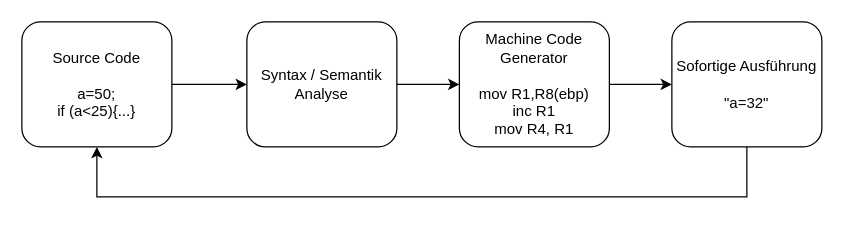
Earlier version of the draw.io diagram code/interpreter.drawio (satirebird/raspberry-pi-2022). Source tidied: cells renumbered, new cells numbered last; positions are measured from the earlier drawing's top-left corner, leaving out a move shared by most shapes. Both pictures are drawn from the tidied source at 125%, with x=0, y=0 at pixel (21, 21).
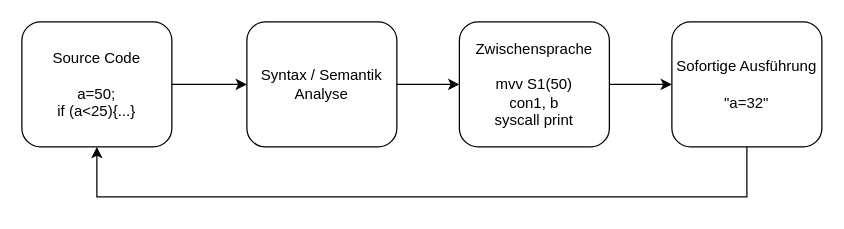
The same diagram, later.

Diff of the diagram source:
```diff
@@
 <mxGraphModel>
   <root>
     <mxCell id="0" />
     <mxCell id="1" parent="0" />
     <mxCell id="2" style="edgeStyle=orthogonalEdgeStyle;rounded=0;jettySize=auto;html=1;" parent="1" edge="1" source="3" target="5">
       <mxGeometry relative="1" as="geometry" />
     </mxCell>
     <mxCell id="3" value="&lt;div&gt;Source Code&lt;/div&gt;&lt;div&gt;&lt;br&gt;&lt;/div&gt;&lt;div&gt;a=50;&lt;/div&gt;&lt;div&gt;if (a&amp;lt;25){...}&lt;br&gt;&lt;/div&gt;" style="rounded=1;whiteSpace=wrap;html=1;" parent="1" vertex="1">
       <mxGeometry width="120" height="100" as="geometry" />
     </mxCell>
     <mxCell id="4" style="edgeStyle=orthogonalEdgeStyle;rounded=0;jettySize=auto;html=1;" parent="1" edge="1" source="5" target="7">
       <mxGeometry relative="1" as="geometry" />
     </mxCell>
     <mxCell id="5" value="&lt;div&gt;Syntax / Semantik&lt;/div&gt;&lt;div&gt;Analyse&lt;/div&gt;" style="rounded=1;whiteSpace=wrap;html=1;" parent="1" vertex="1">
       <mxGeometry x="180" width="120" height="100" as="geometry" />
     </mxCell>
     <mxCell id="6" style="edgeStyle=orthogonalEdgeStyle;rounded=0;jettySize=auto;html=1;" parent="1" edge="1" source="7" target="9">
       <mxGeometry relative="1" as="geometry" />
     </mxCell>
-    <mxCell id="7" value="&lt;div&gt;Machine Code&lt;/div&gt;&lt;div&gt;Generator&lt;/div&gt;&lt;div&gt;&lt;br&gt;&lt;/div&gt;&lt;div&gt;mov R1,R8(ebp)&lt;/div&gt;&lt;div&gt;inc R1&lt;/div&gt;&lt;div&gt;mov R4, R1&lt;br&gt;&lt;/div&gt;" style="rounded=1;whiteSpace=wrap;html=1;" parent="1" vertex="1">
+    <mxCell id="7" value="Zwischensprache&lt;div&gt;&lt;br&gt;&lt;/div&gt;&lt;div&gt;mvv S1(50)&lt;/div&gt;&lt;div&gt;con1, b&lt;br&gt;&lt;/div&gt;&lt;div&gt;syscall print&lt;br&gt;&lt;/div&gt;" style="rounded=1;whiteSpace=wrap;html=1;" parent="1" vertex="1">
       <mxGeometry x="350" width="120" height="100" as="geometry" />
     </mxCell>
     <mxCell id="8" style="edgeStyle=orthogonalEdgeStyle;rounded=0;jettySize=auto;html=1;entryX=0.5;entryY=1;entryDx=0;entryDy=0;" parent="1" edge="1" source="9" target="3">
       <mxGeometry relative="1" as="geometry">
         <Array as="points">
           <mxPoint x="580" y="140" />
           <mxPoint x="60" y="140" />
         </Array>
       </mxGeometry>
     </mxCell>
     <mxCell id="9" value="Sofortige Ausführung&lt;br&gt;&lt;div&gt;&lt;br&gt;&lt;/div&gt;&lt;div&gt;&quot;a=32&quot;&lt;br&gt;&lt;/div&gt;" style="rounded=1;whiteSpace=wrap;html=1;" parent="1" vertex="1">
       <mxGeometry x="520" width="120" height="100" as="geometry" />
     </mxCell>
   </root>
 </mxGraphModel>
```
